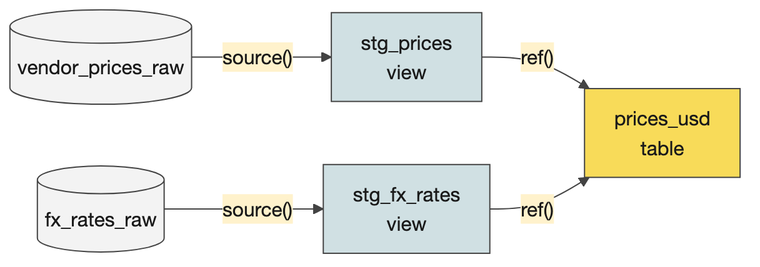
This is courseware/common/diagrams/png/d3-first-dag.png from reachusama-decoded/cg-dxp, a Mermaid export, as it was before one commit. Its source is kept beside it as courseware/common/diagrams/src/d3-first-dag.mmd. Source of this version:
```mermaid
flowchart LR
  R1[("vendor_prices_raw")] -->|"source()"| S1["stg_prices<br/>view"]
  R2[("fx_rates_raw")] -->|"source()"| S2["stg_fx_rates<br/>view"]
  S1 -->|"ref()"| M["prices_usd<br/>table"]
  S2 -->|"ref()"| M
  class R1,R2 grey
  class S1,S2 aqua
  class M focus
classDef blue fill:#C9DAF8,stroke:#434343,color:#1a1a1a
classDef yellow fill:#FFF2CC,stroke:#434343,color:#1a1a1a
classDef focus fill:#F8DB59,stroke:#434343,color:#1a1a1a
classDef green fill:#D9EAD3,stroke:#434343,color:#1a1a1a
classDef aqua fill:#D0E0E3,stroke:#434343,color:#1a1a1a
classDef grey fill:#F3F3F3,stroke:#434343,color:#1a1a1a
classDef red fill:#F4CCCC,stroke:#434343,color:#1a1a1a
```
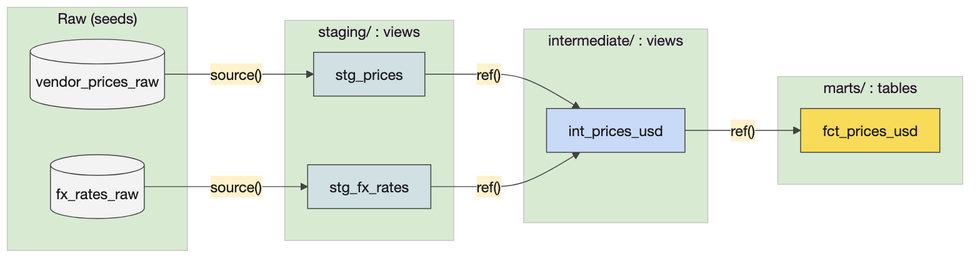
After the commit.

Change to the diagram source:
```diff
@@ -1,10 +1,26 @@
 flowchart LR
-  R1[("vendor_prices_raw")] -->|"source()"| S1["stg_prices<br/>view"]
-  R2[("fx_rates_raw")] -->|"source()"| S2["stg_fx_rates<br/>view"]
-  S1 -->|"ref()"| M["prices_usd<br/>table"]
-  S2 -->|"ref()"| M
+  subgraph raw ["Raw (seeds)"]
+    R1[("vendor_prices_raw")]
+    R2[("fx_rates_raw")]
+  end
+  subgraph stg ["staging/ : views"]
+    S1["stg_prices"]
+    S2["stg_fx_rates"]
+  end
+  subgraph int ["intermediate/ : views"]
+    I["int_prices_usd"]
+  end
+  subgraph mart ["marts/ : tables"]
+    M["fct_prices_usd"]
+  end
+  R1 -->|"source()"| S1
+  R2 -->|"source()"| S2
+  S1 -->|"ref()"| I
+  S2 -->|"ref()"| I
+  I -->|"ref()"| M
   class R1,R2 grey
   class S1,S2 aqua
+  class I blue
   class M focus
 classDef blue fill:#C9DAF8,stroke:#434343,color:#1a1a1a
 classDef yellow fill:#FFF2CC,stroke:#434343,color:#1a1a1a
```
